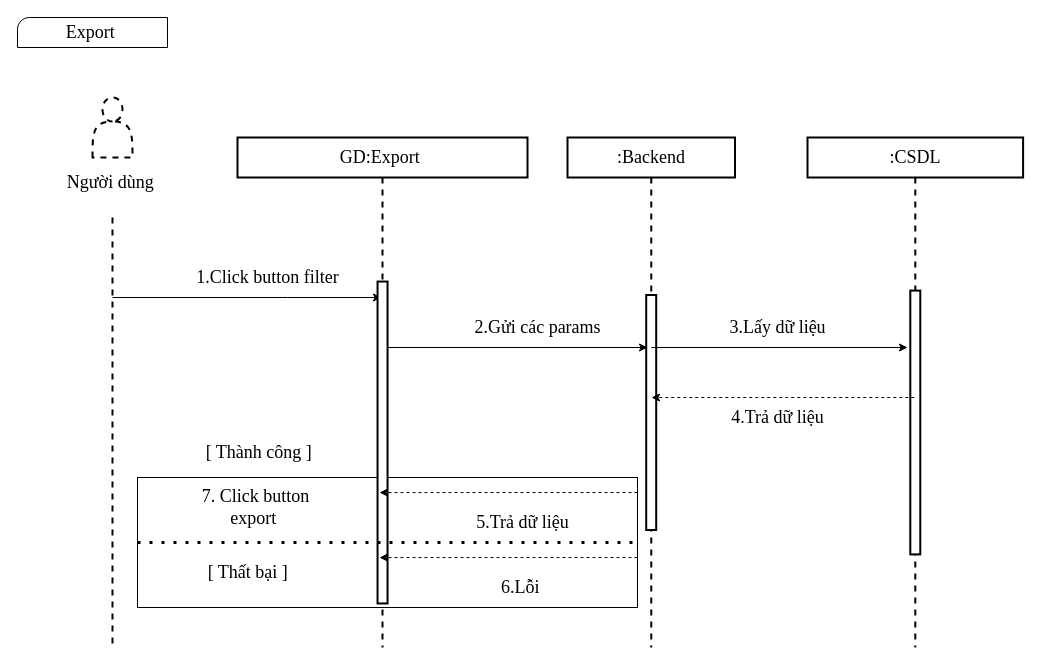
Before: page "Page-4" (3 of 3) of FlowInf.drawio in LongLiee/FlowChart-UpWork, a draw.io diagram. Source tidied: cells renumbered, new cells numbered last; positions are measured from the earlier drawing's top-left corner, leaving out a move shared by most shapes. Both pictures are drawn from the tidied source at 100%, with x=0, y=0 at pixel (17, 17).
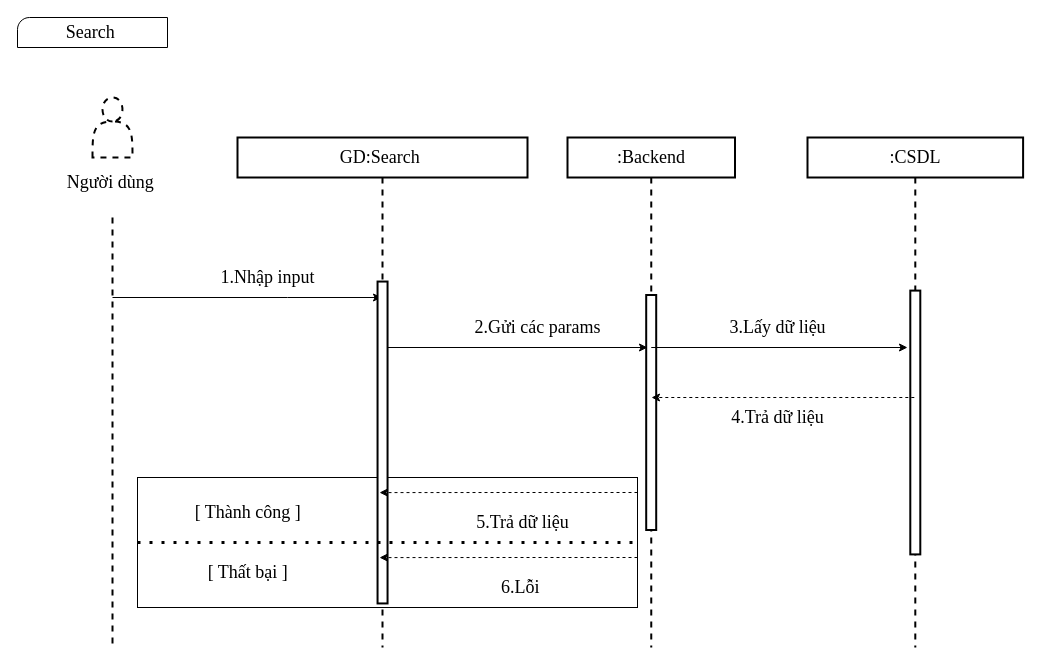
The same diagram, later.

Change to the diagram source:
```diff
@@
-    <mxCell id="2" value="Export&amp;nbsp;" style="verticalLabelPosition=middle;verticalAlign=middle;html=1;shape=mxgraph.basic.corner_round_rect;dx=6;labelBackgroundColor=default;fontFamily=Times New Roman;fontSize=18;fontColor=default;strokeColor=default;strokeWidth=1;fillColor=default;labelPosition=center;align=center;" parent="1" vertex="1">
+    <mxCell id="2" value="Search&amp;nbsp;" style="verticalLabelPosition=middle;verticalAlign=middle;html=1;shape=mxgraph.basic.corner_round_rect;dx=6;labelBackgroundColor=default;fontFamily=Times New Roman;fontSize=18;fontColor=default;strokeColor=default;strokeWidth=1;fillColor=default;labelPosition=center;align=center;" parent="1" vertex="1">
       <mxGeometry width="150" height="30" as="geometry" />
     </mxCell>
@@
-    <mxCell id="7" value="1.Click button filter" style="text;html=1;align=center;verticalAlign=middle;strokeColor=none;fillColor=none;fontSize=18;fontFamily=Times New Roman;fontColor=default;" parent="1" vertex="1">
-      <mxGeometry x="170" y="245" width="160" height="30" as="geometry" />
+    <mxCell id="7" value="1.Nhập input" style="text;html=1;align=center;verticalAlign=middle;strokeColor=none;fillColor=none;fontSize=18;fontFamily=Times New Roman;fontColor=default;" parent="1" vertex="1">
+      <mxGeometry x="195" y="245" width="110" height="30" as="geometry" />
     </mxCell>
@@
-    <mxCell id="18" value="GD:Export&amp;nbsp;" style="shape=umlLifeline;perimeter=lifelinePerimeter;whiteSpace=wrap;html=1;outlineConnect=0;labelBackgroundColor=default;fontFamily=Times New Roman;fontSize=18;fontColor=default;strokeColor=default;strokeWidth=2;fillColor=default;" parent="1" vertex="1">
+    <mxCell id="18" value="GD:Search&amp;nbsp;" style="shape=umlLifeline;perimeter=lifelinePerimeter;whiteSpace=wrap;html=1;outlineConnect=0;labelBackgroundColor=default;fontFamily=Times New Roman;fontSize=18;fontColor=default;strokeColor=default;strokeWidth=2;fillColor=default;" parent="1" vertex="1">
       <mxGeometry x="220" y="120" width="290" height="510" as="geometry" />
     </mxCell>
@@
     <mxCell id="26" value="[ Thành công ]&amp;nbsp;" style="text;html=1;strokeColor=none;fillColor=none;align=center;verticalAlign=middle;whiteSpace=wrap;rounded=0;labelBackgroundColor=default;fontFamily=Times New Roman;fontSize=18;fontColor=default;" parent="18" vertex="1">
-      <mxGeometry x="-39" y="300" width="126" height="30" as="geometry" />
+      <mxGeometry x="-50" y="360" width="126" height="30" as="geometry" />
     </mxCell>
@@
-    <mxCell id="28" value="7. Click button export&amp;nbsp;" style="text;html=1;strokeColor=none;fillColor=none;align=center;verticalAlign=middle;whiteSpace=wrap;rounded=0;labelBackgroundColor=default;fontFamily=Times New Roman;fontSize=18;fontColor=default;" parent="18" vertex="1">
-      <mxGeometry x="-50" y="355" width="137" height="30" as="geometry" />
-    </mxCell>
```
